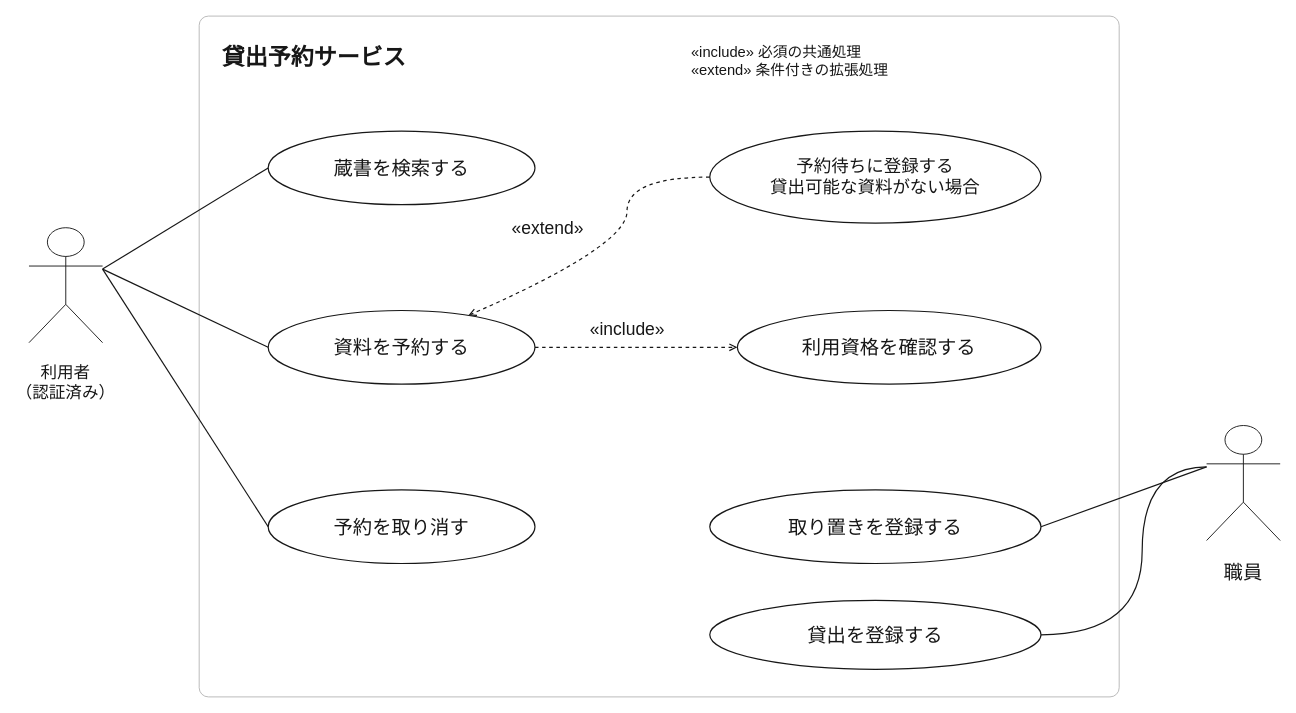
Earlier version of the draw.io diagram page "ユースケース図" (9 of 22) of samples/diagram-gallery.drawio (sakikuroe/marp-template-kit). Source tidied: cells renumbered, new cells numbered last; positions are measured from the earlier drawing's top-left corner, leaving out a move shared by most shapes. Both pictures are drawn from the tidied source at 92%, with x=0, y=0 at pixel (29, 16).
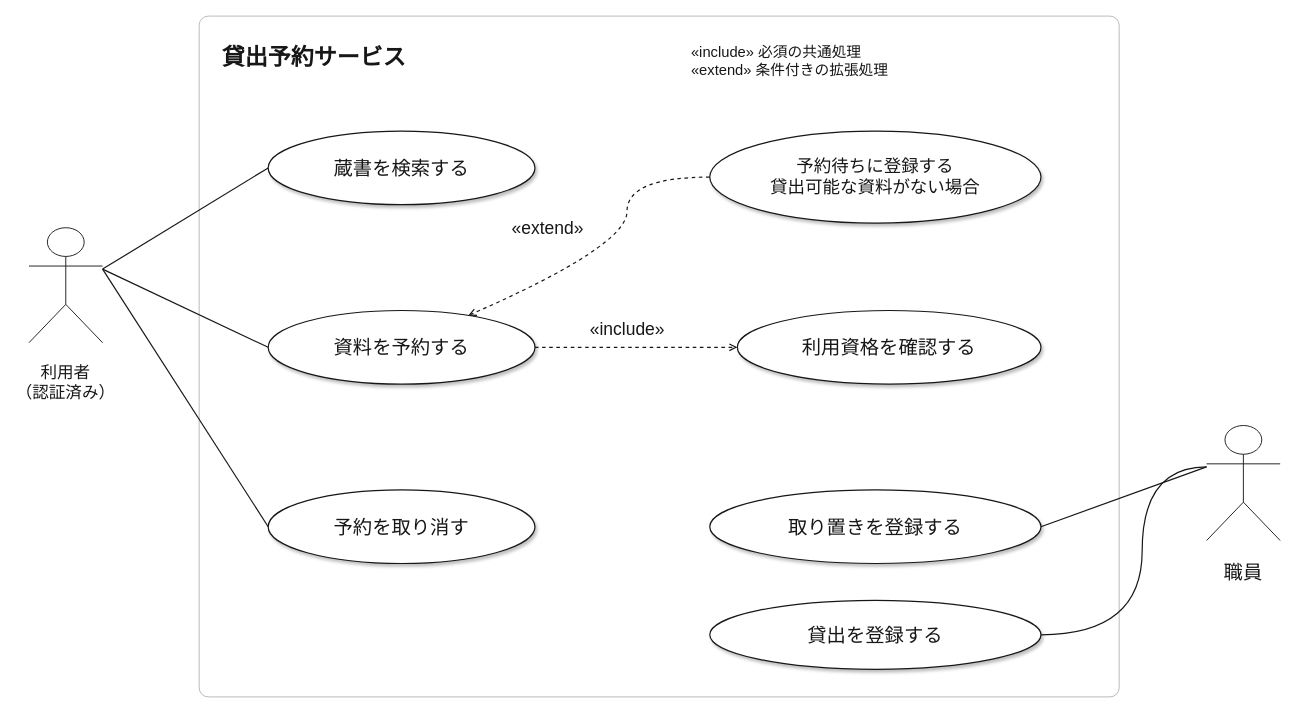
The same page after the edit.

Diff of the diagram source:
```diff
@@
-    <mxCell id="6" value="蔵書を検索する" style="rounded=1;absoluteArcSize=1;arcSize=20;shadow=0;whiteSpace=wrap;html=0;fillColor=#ffffff;strokeColor=#171717;strokeWidth=1.3;fontFamily=GenEi M Gothic v2 Medium;fontColor=#171717;fontSize=21;shape=ellipse;perimeter=ellipsePerimeter;" parent="1" vertex="1">
+    <mxCell id="6" value="蔵書を検索する" style="rounded=1;absoluteArcSize=1;arcSize=20;shadow=1;whiteSpace=wrap;html=0;fillColor=#ffffff;strokeColor=#171717;strokeWidth=1.3;fontFamily=GenEi M Gothic v2 Medium;fontColor=#171717;fontSize=21;shape=ellipse;perimeter=ellipsePerimeter;" parent="1" vertex="1">
       <mxGeometry x="260" y="125" width="290" height="80" as="geometry" />
     </mxCell>
-    <mxCell id="7" value="資料を予約する" style="rounded=1;absoluteArcSize=1;arcSize=20;shadow=0;whiteSpace=wrap;html=0;fillColor=#ffffff;strokeColor=#171717;strokeWidth=1.3;fontFamily=GenEi M Gothic v2 Medium;fontColor=#171717;fontSize=21;shape=ellipse;perimeter=ellipsePerimeter;" parent="1" vertex="1">
+    <mxCell id="7" value="資料を予約する" style="rounded=1;absoluteArcSize=1;arcSize=20;shadow=1;whiteSpace=wrap;html=0;fillColor=#ffffff;strokeColor=#171717;strokeWidth=1.3;fontFamily=GenEi M Gothic v2 Medium;fontColor=#171717;fontSize=21;shape=ellipse;perimeter=ellipsePerimeter;" parent="1" vertex="1">
       <mxGeometry x="260" y="320" width="290" height="80" as="geometry" />
     </mxCell>
-    <mxCell id="8" value="予約を取り消す" style="rounded=1;absoluteArcSize=1;arcSize=20;shadow=0;whiteSpace=wrap;html=0;fillColor=#ffffff;strokeColor=#171717;strokeWidth=1.3;fontFamily=GenEi M Gothic v2 Medium;fontColor=#171717;fontSize=21;shape=ellipse;perimeter=ellipsePerimeter;" parent="1" vertex="1">
+    <mxCell id="8" value="予約を取り消す" style="rounded=1;absoluteArcSize=1;arcSize=20;shadow=1;whiteSpace=wrap;html=0;fillColor=#ffffff;strokeColor=#171717;strokeWidth=1.3;fontFamily=GenEi M Gothic v2 Medium;fontColor=#171717;fontSize=21;shape=ellipse;perimeter=ellipsePerimeter;" parent="1" vertex="1">
       <mxGeometry x="260" y="515" width="290" height="80" as="geometry" />
     </mxCell>
-    <mxCell id="9" value="予約待ちに登録する&#10;貸出可能な資料がない場合" style="rounded=1;absoluteArcSize=1;arcSize=20;shadow=0;whiteSpace=wrap;html=0;fillColor=#ffffff;strokeColor=#171717;strokeWidth=1.3;fontFamily=GenEi M Gothic v2 Medium;fontColor=#171717;fontSize=19;shape=ellipse;perimeter=ellipsePerimeter;" parent="1" vertex="1">
+    <mxCell id="9" value="予約待ちに登録する&#10;貸出可能な資料がない場合" style="rounded=1;absoluteArcSize=1;arcSize=20;shadow=1;whiteSpace=wrap;html=0;fillColor=#ffffff;strokeColor=#171717;strokeWidth=1.3;fontFamily=GenEi M Gothic v2 Medium;fontColor=#171717;fontSize=19;shape=ellipse;perimeter=ellipsePerimeter;" parent="1" vertex="1">
       <mxGeometry x="740" y="125" width="360" height="100" as="geometry" />
     </mxCell>
-    <mxCell id="10" value="利用資格を確認する" style="rounded=1;absoluteArcSize=1;arcSize=20;shadow=0;whiteSpace=wrap;html=0;fillColor=#ffffff;strokeColor=#171717;strokeWidth=1.3;fontFamily=GenEi M Gothic v2 Medium;fontColor=#171717;fontSize=21;shape=ellipse;perimeter=ellipsePerimeter;" parent="1" vertex="1">
+    <mxCell id="10" value="利用資格を確認する" style="rounded=1;absoluteArcSize=1;arcSize=20;shadow=1;whiteSpace=wrap;html=0;fillColor=#ffffff;strokeColor=#171717;strokeWidth=1.3;fontFamily=GenEi M Gothic v2 Medium;fontColor=#171717;fontSize=21;shape=ellipse;perimeter=ellipsePerimeter;" parent="1" vertex="1">
       <mxGeometry x="770" y="320" width="330" height="80" as="geometry" />
     </mxCell>
-    <mxCell id="11" value="取り置きを登録する" style="rounded=1;absoluteArcSize=1;arcSize=20;shadow=0;whiteSpace=wrap;html=0;fillColor=#ffffff;strokeColor=#171717;strokeWidth=1.3;fontFamily=GenEi M Gothic v2 Medium;fontColor=#171717;fontSize=21;shape=ellipse;perimeter=ellipsePerimeter;" parent="1" vertex="1">
+    <mxCell id="11" value="取り置きを登録する" style="rounded=1;absoluteArcSize=1;arcSize=20;shadow=1;whiteSpace=wrap;html=0;fillColor=#ffffff;strokeColor=#171717;strokeWidth=1.3;fontFamily=GenEi M Gothic v2 Medium;fontColor=#171717;fontSize=21;shape=ellipse;perimeter=ellipsePerimeter;" parent="1" vertex="1">
       <mxGeometry x="740" y="515" width="360" height="80" as="geometry" />
     </mxCell>
-    <mxCell id="12" value="貸出を登録する" style="rounded=1;absoluteArcSize=1;arcSize=20;shadow=0;whiteSpace=wrap;html=0;fillColor=#ffffff;strokeColor=#171717;strokeWidth=1.3;fontFamily=GenEi M Gothic v2 Medium;fontColor=#171717;fontSize=21;shape=ellipse;perimeter=ellipsePerimeter;" parent="1" vertex="1">
+    <mxCell id="12" value="貸出を登録する" style="rounded=1;absoluteArcSize=1;arcSize=20;shadow=1;whiteSpace=wrap;html=0;fillColor=#ffffff;strokeColor=#171717;strokeWidth=1.3;fontFamily=GenEi M Gothic v2 Medium;fontColor=#171717;fontSize=21;shape=ellipse;perimeter=ellipsePerimeter;" parent="1" vertex="1">
       <mxGeometry x="740" y="635" width="360" height="75" as="geometry" />
     </mxCell>
```
